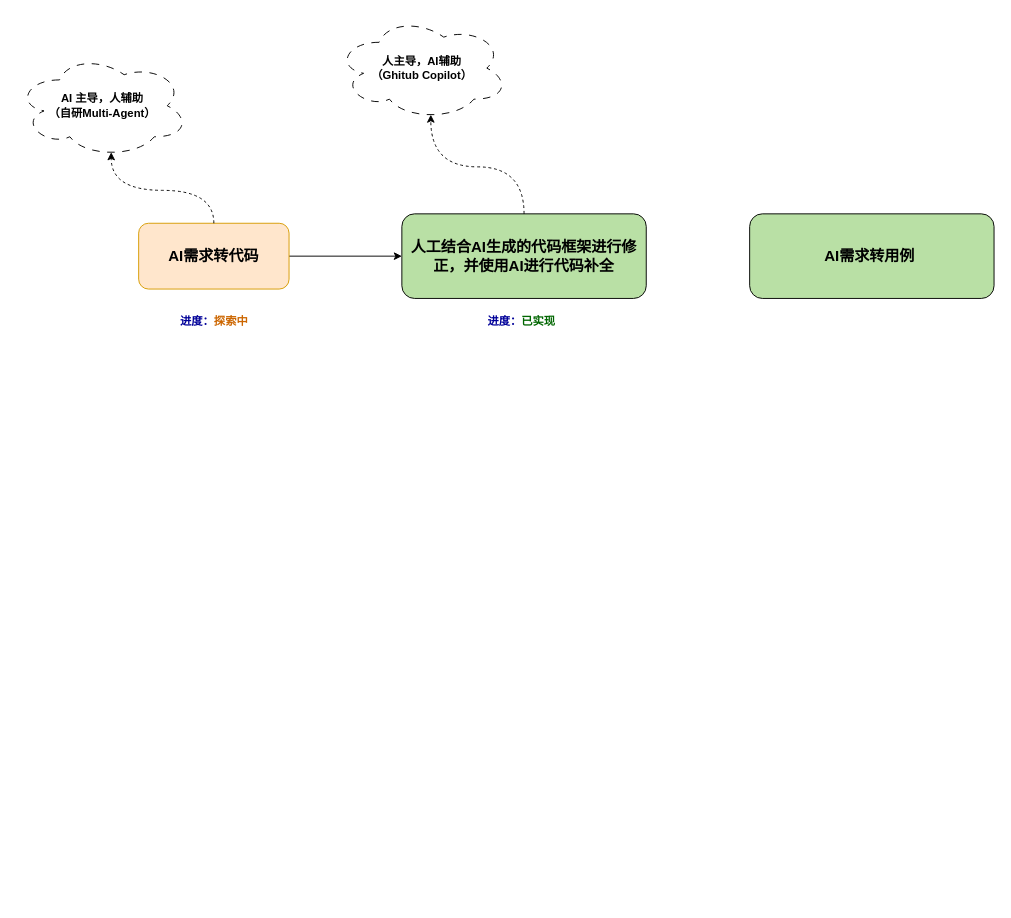
Earlier version of the draw.io diagram 未来AIOps研发模式.drawio (skindhu/9GAG). Source tidied: cells renumbered, new cells numbered last; positions are measured from the earlier drawing's top-left corner, leaving out a move shared by most shapes. Both pictures are drawn from the tidied source at 94%, with x=0, y=0 at pixel (16, 16).
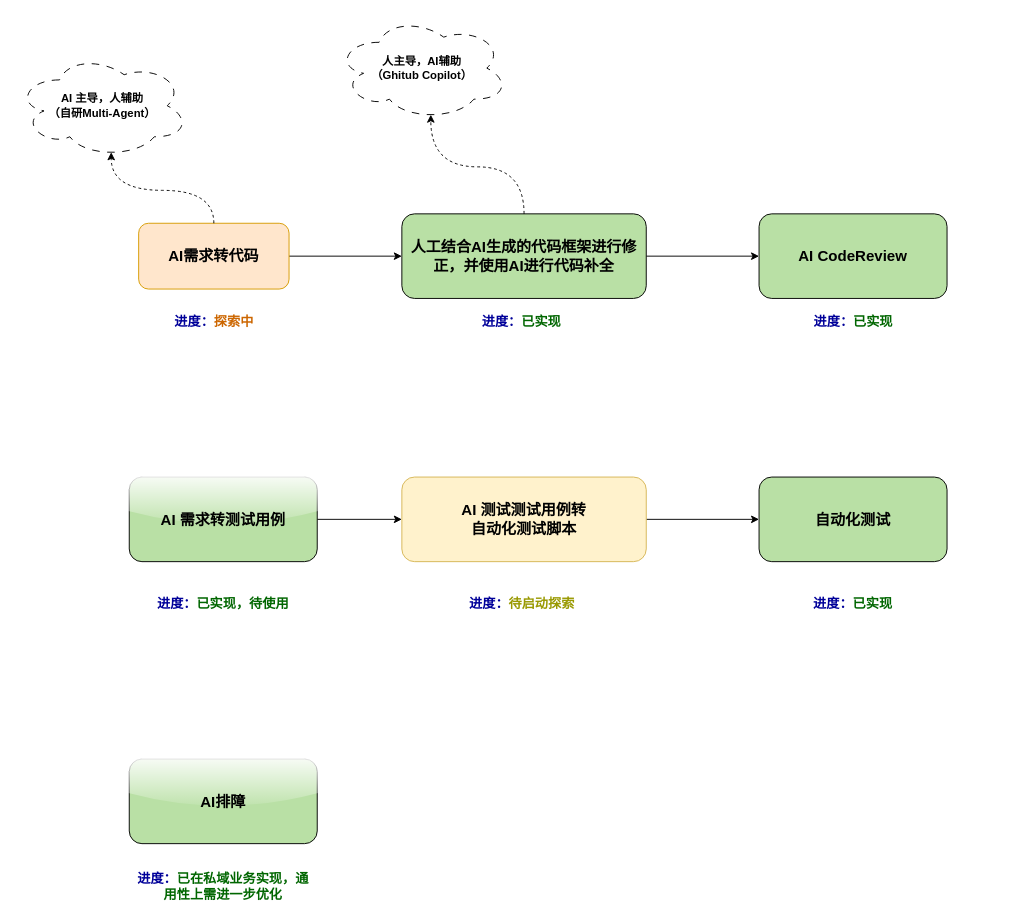
Above is the later version.

Commit message (it also covers changes not shown here):
更新未来AIOps研发模式.drawio

The change refers to these unchanged cells:
```xml
<mxCell id="6" value="人工结合AI生成的代码框架进行修正，并使用AI进行代码补全" style="rounded=1;whiteSpace=wrap;html=1;fillColor=#B9E0A5;fontSize=16;fontStyle=1;" parent="1" vertex="1">
  <mxGeometry x="410" y="210" width="260" height="90" as="geometry" />
</mxCell>
```

The edit, as a diff of the source:
```diff
@@
+    <mxCell id="12" style="edgeStyle=orthogonalEdgeStyle;rounded=0;jettySize=auto;html=1;entryX=0;entryY=0.5;entryDx=0;entryDy=0;" parent="1" edge="1" source="6" target="11">
+      <mxGeometry relative="1" as="geometry" />
+    </mxCell>
@@
-    <mxCell id="9" value="&lt;b&gt;&lt;font color=&quot;#000099&quot;&gt;进度：&lt;/font&gt;&lt;font color=&quot;#cc6600&quot;&gt;探索中&lt;/font&gt;&lt;/b&gt;" style="text;html=1;align=center;verticalAlign=middle;whiteSpace=wrap;rounded=0;" parent="1" vertex="1">
+    <mxCell id="9" value="&lt;b style=&quot;font-size: 14px;&quot;&gt;&lt;font style=&quot;font-size: 14px;&quot; color=&quot;#000099&quot;&gt;进度：&lt;/font&gt;&lt;font style=&quot;font-size: 14px;&quot; color=&quot;#cc6600&quot;&gt;探索中&lt;/font&gt;&lt;/b&gt;" style="text;html=1;align=center;verticalAlign=middle;whiteSpace=wrap;rounded=0;fontSize=14;" parent="1" vertex="1">
       <mxGeometry x="156.5" y="310" width="107" height="30" as="geometry" />
     </mxCell>
-    <mxCell id="10" value="&lt;span&gt;&lt;font color=&quot;#000099&quot;&gt;进度：&lt;/font&gt;&lt;font color=&quot;#006600&quot;&gt;已实现&lt;/font&gt;&lt;/span&gt;" style="text;html=1;align=center;verticalAlign=middle;whiteSpace=wrap;rounded=0;fontStyle=1;" parent="1" vertex="1">
+    <mxCell id="10" value="&lt;span style=&quot;font-size: 14px;&quot;&gt;&lt;font style=&quot;font-size: 14px;&quot; color=&quot;#000099&quot;&gt;进度：&lt;/font&gt;&lt;font style=&quot;font-size: 14px;&quot; color=&quot;#006600&quot;&gt;已实现&lt;/font&gt;&lt;/span&gt;" style="text;html=1;align=center;verticalAlign=middle;whiteSpace=wrap;rounded=0;fontStyle=1;fontSize=14;" parent="1" vertex="1">
       <mxGeometry x="484" y="310" width="107" height="30" as="geometry" />
     </mxCell>
-    <mxCell id="11" value="AI需求转用例&amp;nbsp;" style="rounded=1;whiteSpace=wrap;html=1;fillColor=#B9E0A5;fontSize=16;fontStyle=1;" parent="1" vertex="1">
-      <mxGeometry x="780" y="210" width="260" height="90" as="geometry" />
+    <mxCell id="11" value="AI CodeReview" style="rounded=1;whiteSpace=wrap;html=1;fillColor=#B9E0A5;fontSize=16;fontStyle=1;" parent="1" vertex="1">
+      <mxGeometry x="790" y="210" width="200" height="90" as="geometry" />
     </mxCell>
+    <mxCell id="13" value="&lt;span style=&quot;font-size: 14px;&quot;&gt;&lt;font style=&quot;font-size: 14px;&quot; color=&quot;#000099&quot;&gt;进度：&lt;/font&gt;&lt;font style=&quot;font-size: 14px;&quot; color=&quot;#006600&quot;&gt;已实现&lt;/font&gt;&lt;/span&gt;" style="text;html=1;align=center;verticalAlign=middle;whiteSpace=wrap;rounded=0;fontStyle=1;fontSize=14;" parent="1" vertex="1">
+      <mxGeometry x="836.5" y="310" width="107" height="30" as="geometry" />
+    </mxCell>
+    <mxCell id="14" style="edgeStyle=orthogonalEdgeStyle;rounded=0;jettySize=auto;html=1;" parent="1" edge="1" source="15" target="18">
+      <mxGeometry relative="1" as="geometry" />
+    </mxCell>
+    <mxCell id="15" value="AI 需求转测试用例" style="rounded=1;whiteSpace=wrap;html=1;fillColor=#B9E0A5;fontSize=16;fontStyle=1;shadow=0;glass=1;" parent="1" vertex="1">
+      <mxGeometry x="120" y="490" width="200" height="90" as="geometry" />
+    </mxCell>
+    <mxCell id="16" value="&lt;span style=&quot;font-size: 14px;&quot;&gt;&lt;font style=&quot;font-size: 14px;&quot; color=&quot;#000099&quot;&gt;进度：&lt;/font&gt;&lt;font style=&quot;font-size: 14px;&quot; color=&quot;#006600&quot;&gt;已实现，待使用&lt;/font&gt;&lt;/span&gt;" style="text;html=1;align=center;verticalAlign=middle;whiteSpace=wrap;rounded=0;fontStyle=1;fontSize=14;" parent="1" vertex="1">
+      <mxGeometry x="148.2" y="610" width="143.5" height="30" as="geometry" />
+    </mxCell>
+    <mxCell id="17" style="edgeStyle=orthogonalEdgeStyle;rounded=0;jettySize=auto;html=1;entryX=0;entryY=0.5;entryDx=0;entryDy=0;" parent="1" edge="1" source="18" target="20">
+      <mxGeometry relative="1" as="geometry" />
+    </mxCell>
+    <mxCell id="18" value="AI 测试测试用例转&lt;br&gt;自动化测试脚本" style="rounded=1;whiteSpace=wrap;html=1;fillColor=#fff2cc;fontSize=16;fontStyle=1;strokeColor=#d6b656;" parent="1" vertex="1">
+      <mxGeometry x="410" y="490" width="260" height="90" as="geometry" />
+    </mxCell>
+    <mxCell id="19" value="&lt;font style=&quot;font-size: 14px;&quot; color=&quot;#000099&quot;&gt;进度：&lt;/font&gt;&lt;font style=&quot;font-size: 14px;&quot; color=&quot;#999900&quot;&gt;待启动探索&lt;/font&gt;" style="text;html=1;align=center;verticalAlign=middle;whiteSpace=wrap;rounded=0;fontStyle=1;fontSize=14;" parent="1" vertex="1">
+      <mxGeometry x="475.8" y="610" width="123.5" height="30" as="geometry" />
+    </mxCell>
+    <mxCell id="20" value="自动化测试" style="rounded=1;whiteSpace=wrap;html=1;fillColor=#B9E0A5;fontSize=16;fontStyle=1;" parent="1" vertex="1">
+      <mxGeometry x="790" y="490" width="200" height="90" as="geometry" />
+    </mxCell>
+    <mxCell id="21" value="&lt;span style=&quot;font-size: 14px;&quot;&gt;&lt;font style=&quot;font-size: 14px;&quot; color=&quot;#000099&quot;&gt;进度：&lt;/font&gt;&lt;font style=&quot;font-size: 14px;&quot; color=&quot;#006600&quot;&gt;已实现&lt;/font&gt;&lt;/span&gt;" style="text;html=1;align=center;verticalAlign=middle;whiteSpace=wrap;rounded=0;fontStyle=1;fontSize=14;" parent="1" vertex="1">
+      <mxGeometry x="818.2" y="610" width="143.5" height="30" as="geometry" />
+    </mxCell>
+    <mxCell id="22" value="AI排障" style="rounded=1;whiteSpace=wrap;html=1;fillColor=#B9E0A5;fontSize=16;fontStyle=1;glass=1;" parent="1" vertex="1">
+      <mxGeometry x="120" y="790" width="200" height="90" as="geometry" />
+    </mxCell>
+    <mxCell id="23" value="&lt;span style=&quot;font-size: 14px;&quot;&gt;&lt;font style=&quot;font-size: 14px;&quot; color=&quot;#000099&quot;&gt;进度：&lt;/font&gt;&lt;font style=&quot;font-size: 14px;&quot; color=&quot;#006600&quot;&gt;已在私域业务实现，通用性上需进一步优化&lt;/font&gt;&lt;/span&gt;" style="text;html=1;align=center;verticalAlign=middle;whiteSpace=wrap;rounded=0;fontStyle=1;fontSize=14;" parent="1" vertex="1">
+      <mxGeometry x="123.2" y="910" width="193.5" height="30" as="geometry" />
+    </mxCell>
```
